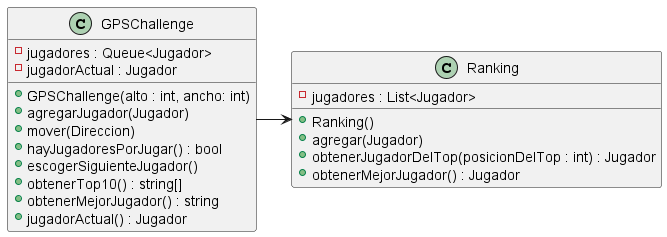
This is diagrams/classes/Ranking/diagrama_ranking.png from NestorPala/T17-GPSChallenge, a PlantUML export, as it was before one commit. The source it was exported from:
```plantuml
@startuml

class GPSChallenge {
    - jugadores : Queue<Jugador>
    - jugadorActual : Jugador
    + GPSChallenge(alto : int, ancho: int)
    + agregarJugador(Jugador)
    + mover(Direccion)
    + hayJugadoresPorJugar() : bool
    + escogerSiguienteJugador()
    + obtenerTop10() : string[]
    + obtenerMejorJugador() : string
    + jugadorActual() : Jugador
}

class Ranking {
    - jugadores : List<Jugador>
    + Ranking()
    + agregar(Jugador)
    + obtenerJugadorDelTop(posicionDelTop : int) : Jugador
    + obtenerMejorJugador() : Jugador
}

GPSChallenge -> Ranking

@enduml
```
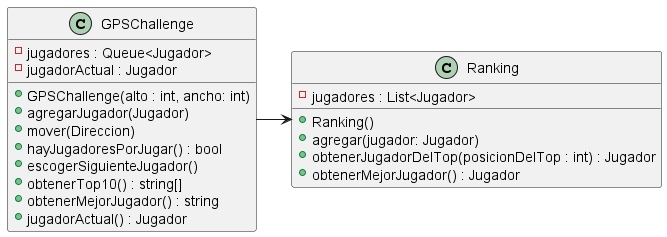
The same file after the commit.

Commit message:
modifico algunos diagramas de clases (Jugador) 2

Change to the diagram source:
```diff
@@ -16,7 +16,7 @@
 class Ranking {
     - jugadores : List<Jugador>
     + Ranking()
-    + agregar(Jugador)
+    + agregar(jugador: Jugador)
     + obtenerJugadorDelTop(posicionDelTop : int) : Jugador
     + obtenerMejorJugador() : Jugador
 }
```
